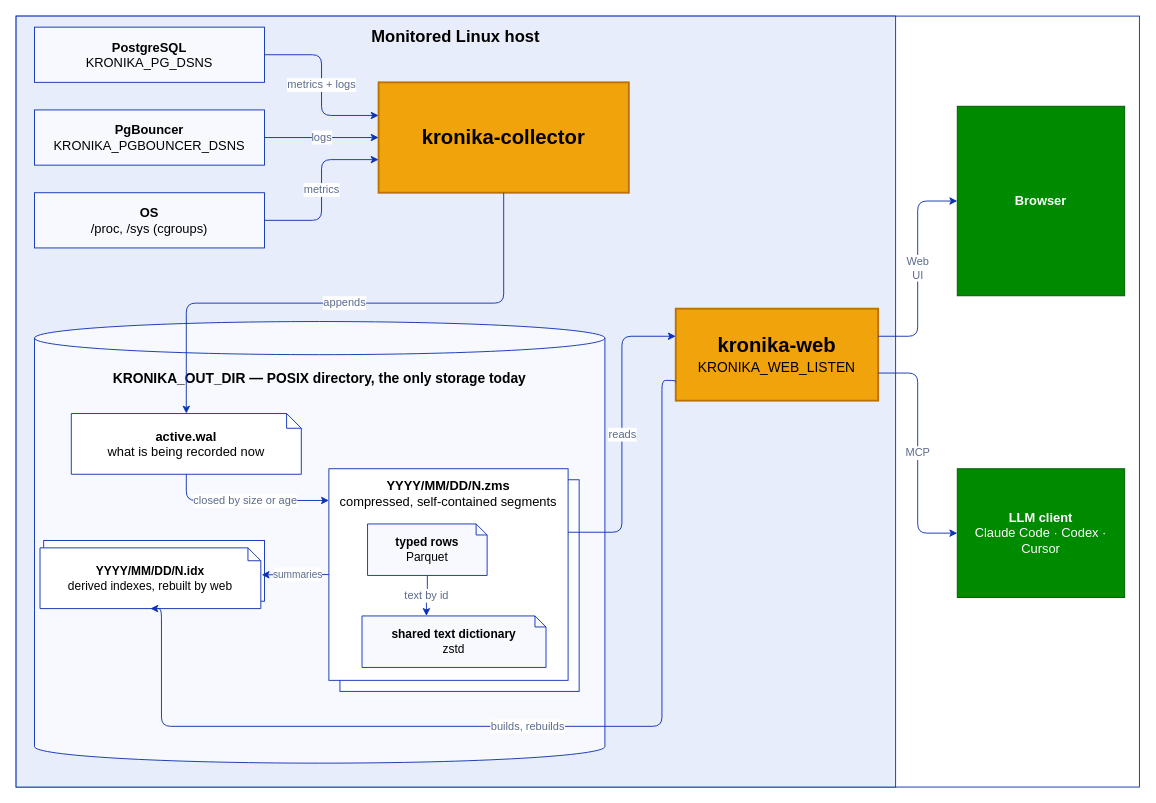
Before: docs/diagrams/architecture.drawio in vadv/Kronika, a draw.io diagram. Source tidied: cells renumbered, new cells numbered last; positions are measured from the earlier drawing's top-left corner, leaving out a move shared by most shapes. Both pictures are drawn from the tidied source at 92%, with x=0, y=0 at pixel (16, 16).
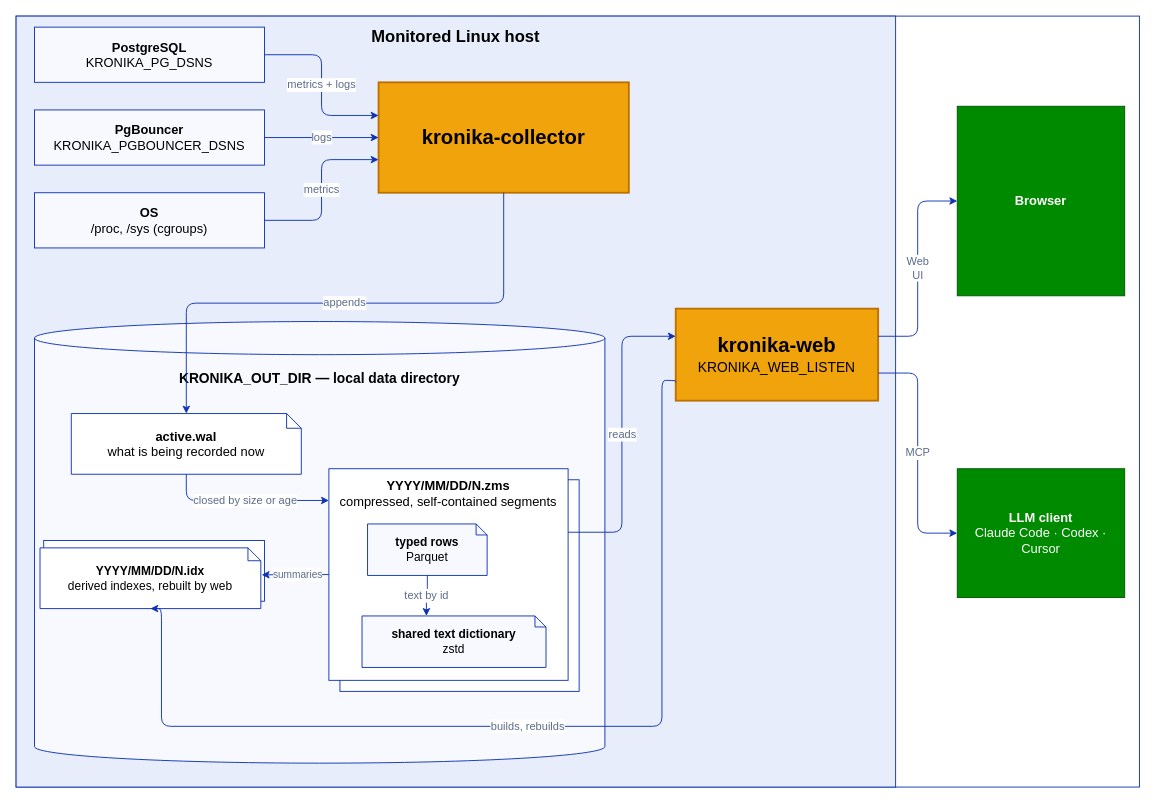
The same diagram, later.

Change to the diagram source:
```diff
@@
-    <mxCell id="11" value="KRONIKA_OUT_DIR — POSIX directory, the only storage today" style="shape=cylinder3;whiteSpace=wrap;html=1;boundedLbl=1;backgroundOutline=1;size=18;fillColor=#F7F9FE;strokeColor=#0d32b2;verticalAlign=top;fontSize=15;fontStyle=1;spacingTop=10;" parent="1" vertex="1">
+    <mxCell id="11" value="KRONIKA_OUT_DIR — local data directory" style="shape=cylinder3;whiteSpace=wrap;html=1;boundedLbl=1;backgroundOutline=1;size=18;fillColor=#F7F9FE;strokeColor=#0d32b2;verticalAlign=top;fontSize=15;fontStyle=1;spacingTop=10;" parent="1" vertex="1">
       <mxGeometry x="20" y="332" width="620" height="480" as="geometry" />
     </mxCell>
```
